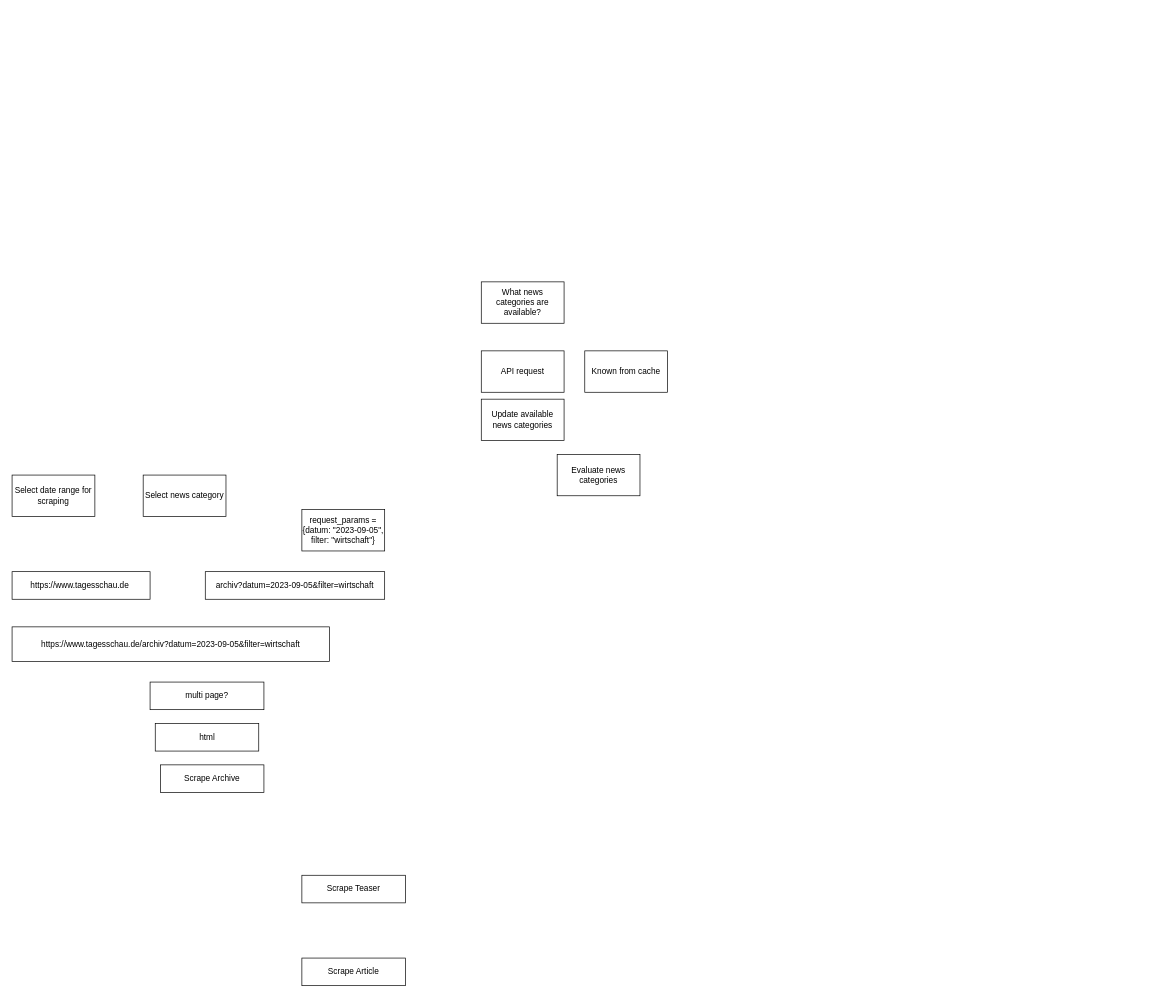
Above: docs/basic-usage.drawio in TheFerry10/TagesschauScraper (draw.io), before the change. Source tidied: cells renumbered, new cells numbered last; positions are measured from the earlier drawing's top-left corner, leaving out a move shared by most shapes. Both pictures are drawn from the tidied source at 69%, with x=0, y=0 at pixel (12, 282).
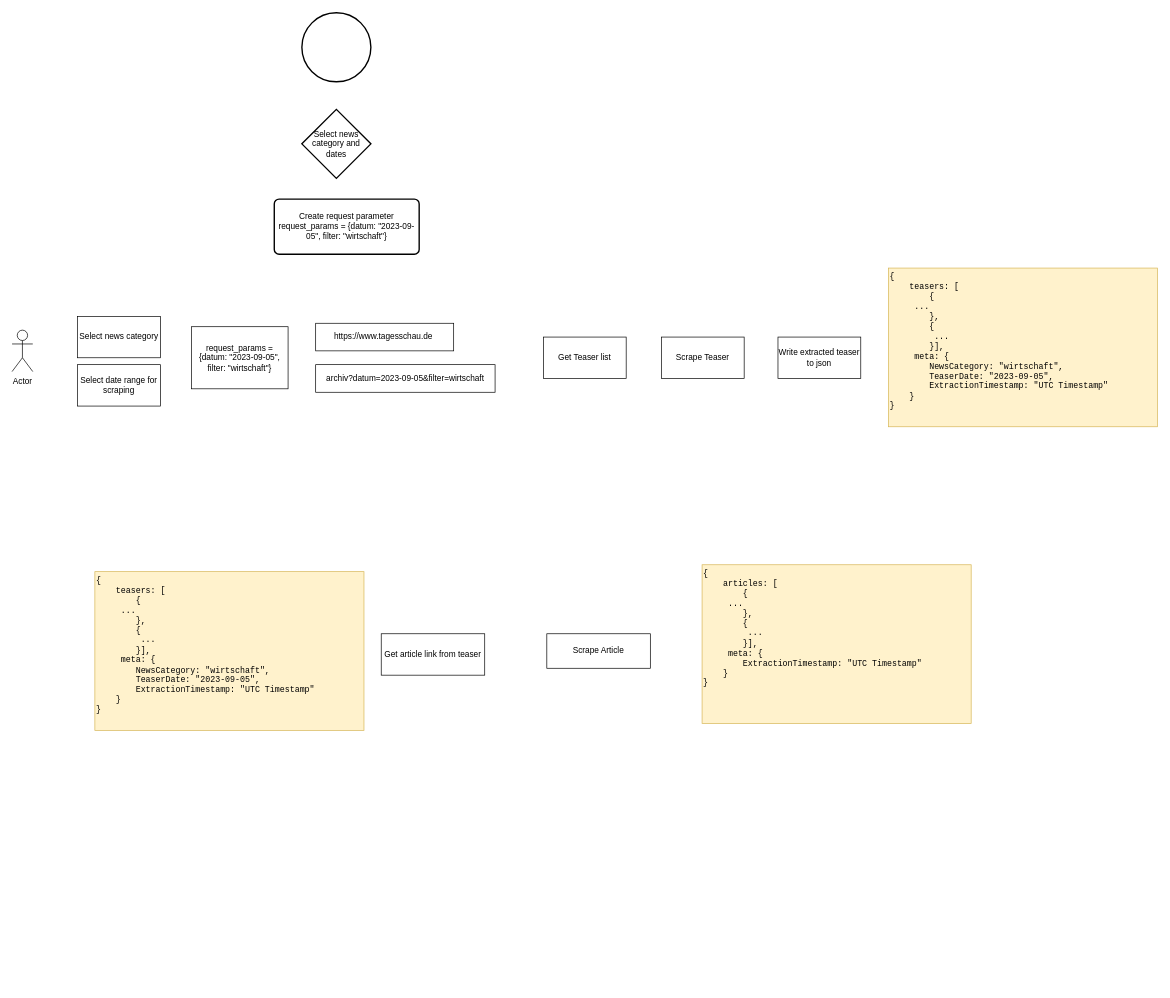
Above is the later version.

What changed in the source:
```diff
@@
 <mxGraphModel>
   <root>
     <mxCell id="0" />
     <mxCell id="1" parent="0" />
     <mxCell id="2" value="Scrape Article" style="rounded=0;whiteSpace=wrap;html=1;" parent="1" vertex="1">
-      <mxGeometry x="420" y="980" width="150" height="40" as="geometry" />
+      <mxGeometry x="775" y="510" width="150" height="50" as="geometry" />
     </mxCell>
-    <mxCell id="3" value="Scrape Archive" style="rounded=0;whiteSpace=wrap;html=1;" parent="1" vertex="1">
-      <mxGeometry x="215" y="700" width="150" height="40" as="geometry" />
-    </mxCell>
-    <mxCell id="4" value="Scrape Teaser" style="rounded=0;whiteSpace=wrap;html=1;" parent="1" vertex="1">
-      <mxGeometry x="420" y="860" width="150" height="40" as="geometry" />
-    </mxCell>
-    <mxCell id="5" value="html" style="rounded=0;whiteSpace=wrap;html=1;" parent="1" vertex="1">
-      <mxGeometry x="207.5" y="640" width="150" height="40" as="geometry" />
-    </mxCell>
-    <mxCell id="6" value="&lt;div style=&quot;text-align: left;&quot;&gt;&lt;span style=&quot;background-color: initial;&quot;&gt;https://www.tagesschau.de/archiv?datum=2023-09-05&amp;amp;filter=wirtschaft&lt;/span&gt;&lt;/div&gt;" style="rounded=0;whiteSpace=wrap;html=1;" parent="1" vertex="1">
-      <mxGeometry y="500" width="460" height="50" as="geometry" />
-    </mxCell>
     <mxCell id="7" value="&lt;span style=&quot;text-align: left;&quot;&gt;https://www.tagesschau.de&lt;/span&gt;&lt;span style=&quot;background-color: initial; text-align: left;&quot;&gt;&amp;nbsp;&lt;/span&gt;&lt;span style=&quot;text-align: left;&quot;&gt;&lt;br&gt;&lt;/span&gt;" style="rounded=0;whiteSpace=wrap;html=1;" parent="1" vertex="1">
-      <mxGeometry y="420" width="200" height="40" as="geometry" />
+      <mxGeometry x="440" y="60" width="200" height="40" as="geometry" />
     </mxCell>
     <mxCell id="8" value="&lt;span style=&quot;text-align: left;&quot;&gt;archiv?datum=2023-09-05&amp;amp;filter=wirtschaft&lt;/span&gt;" style="rounded=0;whiteSpace=wrap;html=1;" parent="1" vertex="1">
-      <mxGeometry x="280" y="420" width="260" height="40" as="geometry" />
+      <mxGeometry x="440" y="120" width="260" height="40" as="geometry" />
     </mxCell>
-    <mxCell id="9" value="multi page?" style="rounded=0;whiteSpace=wrap;html=1;" parent="1" vertex="1">
-      <mxGeometry x="200" y="580" width="165" height="40" as="geometry" />
-    </mxCell>
-    <mxCell id="10" value="What news categories are available?" style="rounded=0;whiteSpace=wrap;html=1;" parent="1" vertex="1">
-      <mxGeometry x="680" width="120" height="60" as="geometry" />
-    </mxCell>
     <mxCell id="11" value="Select date range for scraping" style="rounded=0;whiteSpace=wrap;html=1;" parent="1" vertex="1">
-      <mxGeometry y="280" width="120" height="60" as="geometry" />
+      <mxGeometry x="95" y="120" width="120" height="60" as="geometry" />
     </mxCell>
-    <mxCell id="12" value="API request" style="rounded=0;whiteSpace=wrap;html=1;" parent="1" vertex="1">
-      <mxGeometry x="680" y="100" width="120" height="60" as="geometry" />
-    </mxCell>
-    <mxCell id="13" value="Known from cache" style="rounded=0;whiteSpace=wrap;html=1;" parent="1" vertex="1">
-      <mxGeometry x="830" y="100" width="120" height="60" as="geometry" />
-    </mxCell>
-    <mxCell id="14" value="Evaluate news categories" style="rounded=0;whiteSpace=wrap;html=1;" parent="1" vertex="1">
-      <mxGeometry x="790" y="250" width="120" height="60" as="geometry" />
-    </mxCell>
-    <mxCell id="15" value="Update available news categories" style="rounded=0;whiteSpace=wrap;html=1;" parent="1" vertex="1">
-      <mxGeometry x="680" y="170" width="120" height="60" as="geometry" />
-    </mxCell>
     <mxCell id="16" value="Select news category" style="rounded=0;whiteSpace=wrap;html=1;" parent="1" vertex="1">
-      <mxGeometry x="190" y="280" width="120" height="60" as="geometry" />
+      <mxGeometry x="95" y="50" width="120" height="60" as="geometry" />
     </mxCell>
     <mxCell id="17" value="request_params = {datum: &quot;2023-09-05&quot;, filter: &quot;wirtschaft&quot;}" style="rounded=0;whiteSpace=wrap;html=1;" parent="1" vertex="1">
-      <mxGeometry x="420" y="330" width="120" height="60" as="geometry" />
+      <mxGeometry x="260" y="65" width="140" height="90" as="geometry" />
     </mxCell>
+    <mxCell id="18" value="Actor" style="shape=umlActor;verticalLabelPosition=bottom;verticalAlign=top;html=1;" parent="1" vertex="1">
+      <mxGeometry y="70" width="30" height="60" as="geometry" />
+    </mxCell>
+    <mxCell id="19" value="Get Teaser list" style="rounded=0;whiteSpace=wrap;html=1;" parent="1" vertex="1">
+      <mxGeometry x="770" y="80" width="120" height="60" as="geometry" />
+    </mxCell>
+    <mxCell id="4" value="Scrape Teaser" style="rounded=0;whiteSpace=wrap;html=1;" parent="1" vertex="1">
+      <mxGeometry x="941" y="80" width="120" height="60" as="geometry" />
+    </mxCell>
+    <mxCell id="20" value="Write extracted teaser to json" style="rounded=0;whiteSpace=wrap;html=1;" parent="1" vertex="1">
+      <mxGeometry x="1110" y="80" width="120" height="60" as="geometry" />
+    </mxCell>
+    <mxCell id="21" value="{&lt;br&gt;&lt;span style=&quot;&quot;&gt;&lt;span style=&quot;&quot;&gt;&amp;nbsp;&amp;nbsp;&amp;nbsp;&amp;nbsp;&lt;/span&gt;&lt;/span&gt;teasers: [&lt;br&gt;&lt;span style=&quot;&quot;&gt;&lt;span style=&quot;&quot;&gt;&amp;nbsp;&amp;nbsp;&amp;nbsp;&amp;nbsp;&lt;/span&gt;&lt;/span&gt;&lt;span style=&quot;&quot;&gt;&lt;span style=&quot;&quot;&gt;&amp;nbsp;&amp;nbsp;&amp;nbsp;&amp;nbsp;&lt;/span&gt;&lt;/span&gt;{&lt;br&gt;&lt;span style=&quot;&quot;&gt;&lt;span style=&quot;&quot;&gt;&lt;span style=&quot;&quot;&gt;&lt;span style=&quot;white-space: pre;&quot;&gt;&amp;nbsp;&amp;nbsp;&amp;nbsp;&amp;nbsp;&lt;/span&gt;&lt;/span&gt;  &lt;/span&gt;&lt;/span&gt;...&lt;span style=&quot;&quot;&gt;&lt;span style=&quot;&quot;&gt;&amp;nbsp;&amp;nbsp;&amp;nbsp;&amp;nbsp;&lt;/span&gt;&lt;/span&gt;&lt;br&gt;&lt;span style=&quot;&quot;&gt;&lt;span style=&quot;&quot;&gt;&amp;nbsp;&amp;nbsp;&amp;nbsp;&amp;nbsp;&lt;/span&gt;&lt;/span&gt;&lt;span style=&quot;&quot;&gt;&lt;span style=&quot;&quot;&gt;&amp;nbsp;&amp;nbsp;&amp;nbsp;&amp;nbsp;&lt;/span&gt;&lt;/span&gt;},&lt;br&gt;&#9;&lt;span style=&quot;border-color: var(--border-color);&quot;&gt;&lt;span style=&quot;&quot;&gt;&amp;nbsp;&amp;nbsp;&amp;nbsp;&amp;nbsp;&lt;span style=&quot;&quot;&gt;&lt;span style=&quot;white-space: pre;&quot;&gt;&amp;nbsp;&amp;nbsp;&amp;nbsp;&amp;nbsp;&lt;/span&gt;&lt;/span&gt;&lt;/span&gt;&lt;/span&gt;{&lt;br style=&quot;border-color: var(--border-color);&quot;&gt;&lt;span style=&quot;border-color: var(--border-color);&quot;&gt;&lt;span style=&quot;&quot;&gt;&amp;nbsp;&amp;nbsp;&amp;nbsp;&amp;nbsp;&lt;/span&gt;&lt;/span&gt;&lt;span style=&quot;border-color: var(--border-color);&quot;&gt;&lt;span style=&quot;&quot;&gt;&amp;nbsp;&amp;nbsp;&amp;nbsp;&amp;nbsp;  &lt;/span&gt;&lt;/span&gt;...&lt;span style=&quot;border-color: var(--border-color);&quot;&gt;&lt;span style=&quot;&quot;&gt;&amp;nbsp;&amp;nbsp;&amp;nbsp;&amp;nbsp;&lt;/span&gt;&lt;/span&gt;&lt;br style=&quot;border-color: var(--border-color);&quot;&gt;&lt;span style=&quot;border-color: var(--border-color);&quot;&gt;&lt;span style=&quot;&quot;&gt;&amp;nbsp;&amp;nbsp;&amp;nbsp;&amp;nbsp;&lt;/span&gt;&lt;/span&gt;&lt;span style=&quot;border-color: var(--border-color);&quot;&gt;&lt;span style=&quot;&quot;&gt;&amp;nbsp;&amp;nbsp;&amp;nbsp;&amp;nbsp;&lt;/span&gt;&lt;/span&gt;}],&lt;br&gt;&amp;nbsp; &amp;nbsp; &amp;nbsp;meta:&amp;nbsp;{&lt;br&gt;&lt;span style=&quot;&quot;&gt;&lt;span style=&quot;white-space: pre;&quot;&gt;&lt;span style=&quot;white-space: pre;&quot;&gt;&#9;&lt;/span&gt;&lt;/span&gt;&lt;/span&gt;NewsCategory: &quot;wirtschaft&quot;,&lt;br&gt;&lt;span style=&quot;&quot;&gt;&lt;span style=&quot;white-space: pre;&quot;&gt;&lt;span style=&quot;white-space: pre;&quot;&gt;&#9;&lt;/span&gt;&lt;/span&gt;&lt;/span&gt;TeaserDate: &quot;2023-09-05&quot;,&lt;br&gt;&#9;&lt;span style=&quot;white-space: pre;&quot;&gt;&#9;&lt;/span&gt;ExtractionTimestamp: &quot;UTC Timestamp&quot;&lt;br&gt;&lt;span style=&quot;&quot;&gt;&lt;span style=&quot;white-space: pre;&quot;&gt;&amp;nbsp;&amp;nbsp;&amp;nbsp;&amp;nbsp;&lt;/span&gt;&lt;/span&gt;}&lt;br&gt;}" style="rounded=0;whiteSpace=wrap;html=1;align=left;fillColor=#fff2cc;strokeColor=#d6b656;horizontal=1;labelPosition=center;verticalLabelPosition=middle;verticalAlign=top;fontFamily=Courier New;" parent="1" vertex="1">
+      <mxGeometry x="1270" y="-20" width="390" height="230" as="geometry" />
+    </mxCell>
+    <mxCell id="22" value="{&lt;br&gt;&lt;span style=&quot;&quot;&gt;&lt;span style=&quot;&quot;&gt;&amp;nbsp;&amp;nbsp;&amp;nbsp;&amp;nbsp;&lt;/span&gt;&lt;/span&gt;teasers: [&lt;br&gt;&lt;span style=&quot;&quot;&gt;&lt;span style=&quot;&quot;&gt;&amp;nbsp;&amp;nbsp;&amp;nbsp;&amp;nbsp;&lt;/span&gt;&lt;/span&gt;&lt;span style=&quot;&quot;&gt;&lt;span style=&quot;&quot;&gt;&amp;nbsp;&amp;nbsp;&amp;nbsp;&amp;nbsp;&lt;/span&gt;&lt;/span&gt;{&lt;br&gt;&lt;span style=&quot;&quot;&gt;&lt;span style=&quot;&quot;&gt;&lt;span style=&quot;&quot;&gt;&lt;span style=&quot;white-space: pre;&quot;&gt;&amp;nbsp;&amp;nbsp;&amp;nbsp;&amp;nbsp;&lt;/span&gt;&lt;/span&gt;  &lt;/span&gt;&lt;/span&gt;...&lt;span style=&quot;&quot;&gt;&lt;span style=&quot;&quot;&gt;&amp;nbsp;&amp;nbsp;&amp;nbsp;&amp;nbsp;&lt;/span&gt;&lt;/span&gt;&lt;br&gt;&lt;span style=&quot;&quot;&gt;&lt;span style=&quot;&quot;&gt;&amp;nbsp;&amp;nbsp;&amp;nbsp;&amp;nbsp;&lt;/span&gt;&lt;/span&gt;&lt;span style=&quot;&quot;&gt;&lt;span style=&quot;&quot;&gt;&amp;nbsp;&amp;nbsp;&amp;nbsp;&amp;nbsp;&lt;/span&gt;&lt;/span&gt;},&lt;br&gt;&#9;&lt;span style=&quot;border-color: var(--border-color);&quot;&gt;&lt;span style=&quot;&quot;&gt;&amp;nbsp;&amp;nbsp;&amp;nbsp;&amp;nbsp;&lt;span style=&quot;&quot;&gt;&lt;span style=&quot;white-space: pre;&quot;&gt;&amp;nbsp;&amp;nbsp;&amp;nbsp;&amp;nbsp;&lt;/span&gt;&lt;/span&gt;&lt;/span&gt;&lt;/span&gt;{&lt;br style=&quot;border-color: var(--border-color);&quot;&gt;&lt;span style=&quot;border-color: var(--border-color);&quot;&gt;&lt;span style=&quot;&quot;&gt;&amp;nbsp;&amp;nbsp;&amp;nbsp;&amp;nbsp;&lt;/span&gt;&lt;/span&gt;&lt;span style=&quot;border-color: var(--border-color);&quot;&gt;&lt;span style=&quot;&quot;&gt;&amp;nbsp;&amp;nbsp;&amp;nbsp;&amp;nbsp;  &lt;/span&gt;&lt;/span&gt;...&lt;span style=&quot;border-color: var(--border-color);&quot;&gt;&lt;span style=&quot;&quot;&gt;&amp;nbsp;&amp;nbsp;&amp;nbsp;&amp;nbsp;&lt;/span&gt;&lt;/span&gt;&lt;br style=&quot;border-color: var(--border-color);&quot;&gt;&lt;span style=&quot;border-color: var(--border-color);&quot;&gt;&lt;span style=&quot;&quot;&gt;&amp;nbsp;&amp;nbsp;&amp;nbsp;&amp;nbsp;&lt;/span&gt;&lt;/span&gt;&lt;span style=&quot;border-color: var(--border-color);&quot;&gt;&lt;span style=&quot;&quot;&gt;&amp;nbsp;&amp;nbsp;&amp;nbsp;&amp;nbsp;&lt;/span&gt;&lt;/span&gt;}],&lt;br&gt;&amp;nbsp; &amp;nbsp; &amp;nbsp;meta:&amp;nbsp;{&lt;br&gt;&lt;span style=&quot;&quot;&gt;&lt;span style=&quot;white-space: pre;&quot;&gt;&lt;span style=&quot;white-space: pre;&quot;&gt;&#9;&lt;/span&gt;&lt;/span&gt;&lt;/span&gt;NewsCategory: &quot;wirtschaft&quot;,&lt;br&gt;&lt;span style=&quot;&quot;&gt;&lt;span style=&quot;white-space: pre;&quot;&gt;&lt;span style=&quot;white-space: pre;&quot;&gt;&#9;&lt;/span&gt;&lt;/span&gt;&lt;/span&gt;TeaserDate: &quot;2023-09-05&quot;,&lt;br&gt;&#9;&lt;span style=&quot;white-space: pre;&quot;&gt;&#9;&lt;/span&gt;ExtractionTimestamp: &quot;UTC Timestamp&quot;&lt;br&gt;&lt;span style=&quot;&quot;&gt;&lt;span style=&quot;white-space: pre;&quot;&gt;&amp;nbsp;&amp;nbsp;&amp;nbsp;&amp;nbsp;&lt;/span&gt;&lt;/span&gt;}&lt;br&gt;}" style="rounded=0;whiteSpace=wrap;html=1;align=left;fillColor=#fff2cc;strokeColor=#d6b656;horizontal=1;labelPosition=center;verticalLabelPosition=middle;verticalAlign=top;fontFamily=Courier New;" parent="1" vertex="1">
+      <mxGeometry x="120" y="420" width="390" height="230" as="geometry" />
+    </mxCell>
+    <mxCell id="23" value="Get article link from teaser" style="rounded=0;whiteSpace=wrap;html=1;" parent="1" vertex="1">
+      <mxGeometry x="535" y="510" width="150" height="60" as="geometry" />
+    </mxCell>
+    <mxCell id="24" value="{&lt;br&gt;&lt;span style=&quot;&quot;&gt;&lt;span style=&quot;&quot;&gt;&amp;nbsp;&amp;nbsp;&amp;nbsp;&amp;nbsp;&lt;/span&gt;&lt;/span&gt;articles: [&lt;br&gt;&lt;span style=&quot;&quot;&gt;&lt;span style=&quot;&quot;&gt;&amp;nbsp;&amp;nbsp;&amp;nbsp;&amp;nbsp;&lt;/span&gt;&lt;/span&gt;&lt;span style=&quot;&quot;&gt;&lt;span style=&quot;&quot;&gt;&amp;nbsp;&amp;nbsp;&amp;nbsp;&amp;nbsp;&lt;/span&gt;&lt;/span&gt;{&lt;br&gt;&lt;span style=&quot;&quot;&gt;&lt;span style=&quot;&quot;&gt;&lt;span style=&quot;&quot;&gt;&lt;span style=&quot;white-space: pre;&quot;&gt;&amp;nbsp;&amp;nbsp;&amp;nbsp;&amp;nbsp;&lt;/span&gt;&lt;/span&gt;  &lt;/span&gt;&lt;/span&gt;...&lt;span style=&quot;&quot;&gt;&lt;span style=&quot;&quot;&gt;&amp;nbsp;&amp;nbsp;&amp;nbsp;&amp;nbsp;&lt;/span&gt;&lt;/span&gt;&lt;br&gt;&lt;span style=&quot;&quot;&gt;&lt;span style=&quot;&quot;&gt;&amp;nbsp;&amp;nbsp;&amp;nbsp;&amp;nbsp;&lt;/span&gt;&lt;/span&gt;&lt;span style=&quot;&quot;&gt;&lt;span style=&quot;&quot;&gt;&amp;nbsp;&amp;nbsp;&amp;nbsp;&amp;nbsp;&lt;/span&gt;&lt;/span&gt;},&lt;br&gt;&#9;&lt;span style=&quot;border-color: var(--border-color);&quot;&gt;&lt;span style=&quot;&quot;&gt;&amp;nbsp;&amp;nbsp;&amp;nbsp;&amp;nbsp;&lt;span style=&quot;&quot;&gt;&lt;span style=&quot;white-space: pre;&quot;&gt;&amp;nbsp;&amp;nbsp;&amp;nbsp;&amp;nbsp;&lt;/span&gt;&lt;/span&gt;&lt;/span&gt;&lt;/span&gt;{&lt;br style=&quot;border-color: var(--border-color);&quot;&gt;&lt;span style=&quot;border-color: var(--border-color);&quot;&gt;&lt;span style=&quot;&quot;&gt;&amp;nbsp;&amp;nbsp;&amp;nbsp;&amp;nbsp;&lt;/span&gt;&lt;/span&gt;&lt;span style=&quot;border-color: var(--border-color);&quot;&gt;&lt;span style=&quot;&quot;&gt;&amp;nbsp;&amp;nbsp;&amp;nbsp;&amp;nbsp;  &lt;/span&gt;&lt;/span&gt;...&lt;span style=&quot;border-color: var(--border-color);&quot;&gt;&lt;span style=&quot;&quot;&gt;&amp;nbsp;&amp;nbsp;&amp;nbsp;&amp;nbsp;&lt;/span&gt;&lt;/span&gt;&lt;br style=&quot;border-color: var(--border-color);&quot;&gt;&lt;span style=&quot;border-color: var(--border-color);&quot;&gt;&lt;span style=&quot;&quot;&gt;&amp;nbsp;&amp;nbsp;&amp;nbsp;&amp;nbsp;&lt;/span&gt;&lt;/span&gt;&lt;span style=&quot;border-color: var(--border-color);&quot;&gt;&lt;span style=&quot;&quot;&gt;&amp;nbsp;&amp;nbsp;&amp;nbsp;&amp;nbsp;&lt;/span&gt;&lt;/span&gt;}],&lt;br&gt;&amp;nbsp; &amp;nbsp; &amp;nbsp;meta:&amp;nbsp;{&lt;br&gt;&#9;&lt;span style=&quot;white-space: pre;&quot;&gt;&#9;&lt;/span&gt;ExtractionTimestamp: &quot;UTC Timestamp&quot;&lt;br&gt;&lt;span style=&quot;&quot;&gt;&lt;span style=&quot;white-space: pre;&quot;&gt;&amp;nbsp;&amp;nbsp;&amp;nbsp;&amp;nbsp;&lt;/span&gt;&lt;/span&gt;}&lt;br&gt;}" style="rounded=0;whiteSpace=wrap;html=1;align=left;fillColor=#fff2cc;strokeColor=#d6b656;horizontal=1;labelPosition=center;verticalLabelPosition=middle;verticalAlign=top;fontFamily=Courier New;" parent="1" vertex="1">
+      <mxGeometry x="1000" y="410" width="390" height="230" as="geometry" />
+    </mxCell>
+    <mxCell id="25" style="strokeWidth=2;html=1;shape=mxgraph.flowchart.start_2;whiteSpace=wrap;" parent="1" vertex="1">
+      <mxGeometry x="420" y="-390" width="100" height="100" as="geometry" />
+    </mxCell>
+    <mxCell id="26" value="Select news category and dates" style="strokeWidth=2;html=1;shape=mxgraph.flowchart.decision;whiteSpace=wrap;" parent="1" vertex="1">
+      <mxGeometry x="420" y="-250" width="100" height="100" as="geometry" />
+    </mxCell>
+    <mxCell id="27" value="Create request parameter&lt;br&gt;request_params = {datum: &quot;2023-09-05&quot;, filter: &quot;wirtschaft&quot;}" style="rounded=1;whiteSpace=wrap;html=1;absoluteArcSize=1;arcSize=14;strokeWidth=2;" parent="1" vertex="1">
+      <mxGeometry x="380" y="-120" width="210" height="80" as="geometry" />
+    </mxCell>
   </root>
 </mxGraphModel>
```
